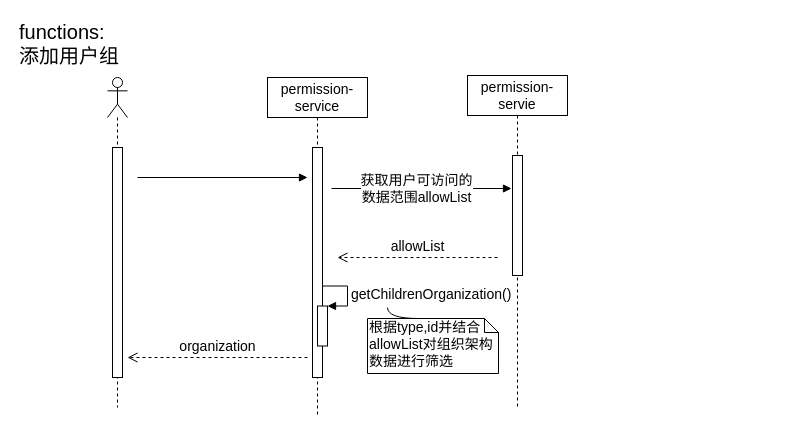
Above: page "sequence-addGroup" (4 of 4) of CDRS/module-design.drawio in waterwatermelon/graph (draw.io), before the change. Source tidied: cells renumbered, new cells numbered last; positions are measured from the earlier drawing's top-left corner, leaving out a move shared by most shapes. Both pictures are drawn from the tidied source at 100%, with x=0, y=0 at pixel (17, 17).
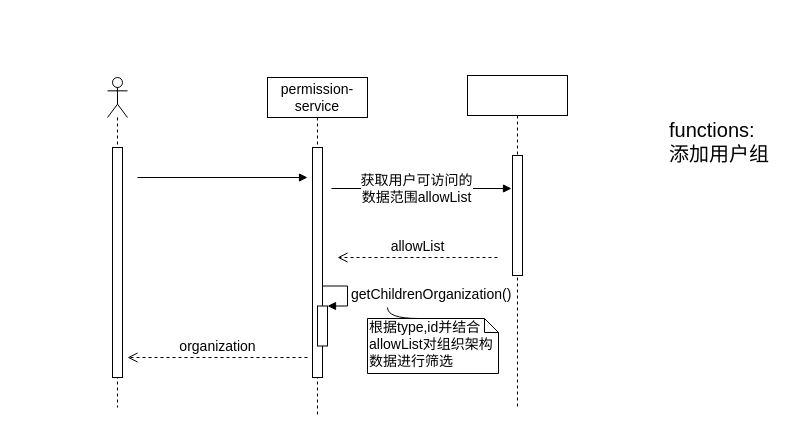
Above is the later version.

The edit, as a diff of the source:
```diff
@@
     <mxCell id="2" value="&lt;font style=&quot;font-size: 20px&quot;&gt;functions:&lt;br&gt;添加用户组&lt;/font&gt;" style="text;html=1;align=left;verticalAlign=top;spacingTop=-4;fontSize=14;" parent="1" vertex="1">
-      <mxGeometry width="120" height="40" as="geometry" />
+      <mxGeometry x="650" y="98" width="120" height="40" as="geometry" />
     </mxCell>
@@
-    <mxCell id="9" value="permission-servie" style="shape=umlLifeline;perimeter=lifelinePerimeter;whiteSpace=wrap;html=1;fontSize=14;" parent="1" vertex="1">
+    <mxCell id="9" style="shape=umlLifeline;perimeter=lifelinePerimeter;whiteSpace=wrap;html=1;fontSize=14;" parent="1" vertex="1">
       <mxGeometry x="450" y="58" width="100" height="332" as="geometry" />
     </mxCell>
```
